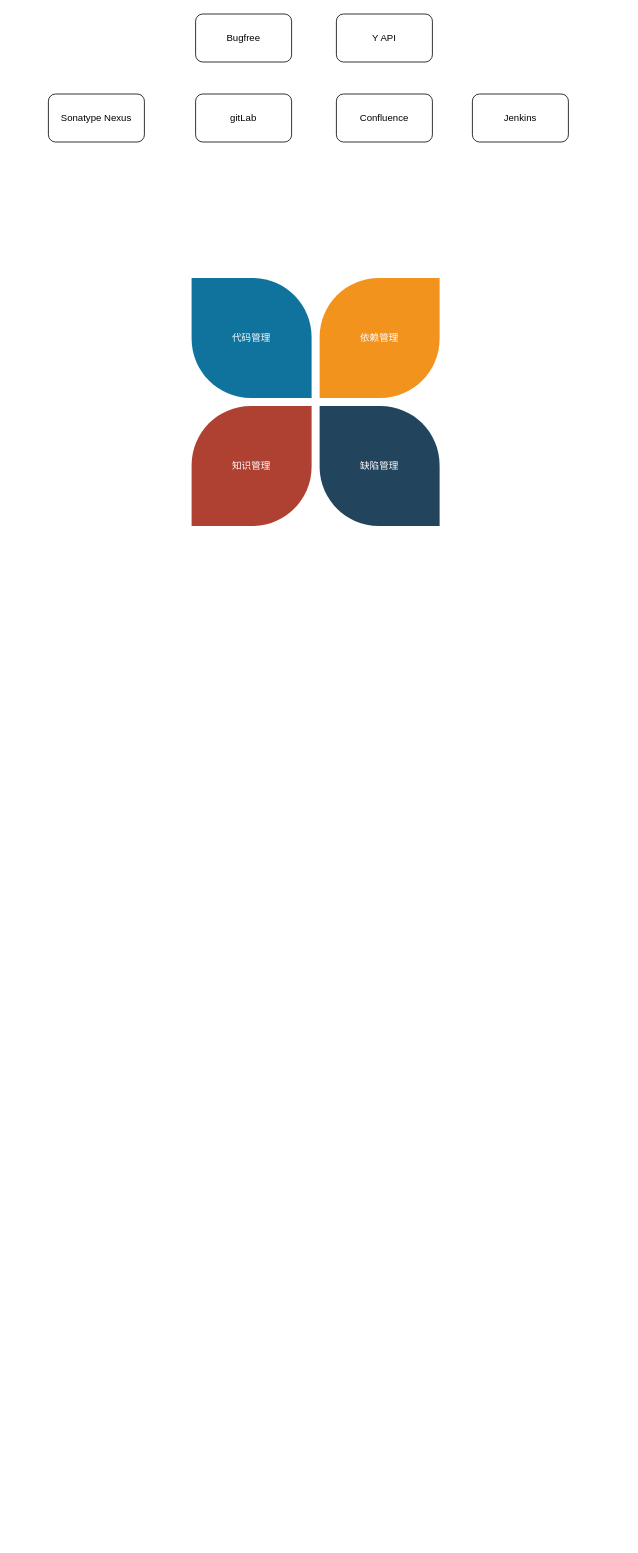
Earlier version of the draw.io diagram 软件版本交付体系.drawio (xilipilige/draw). Source tidied: cells renumbered, new cells numbered last; positions are measured from the earlier drawing's top-left corner, leaving out a move shared by most shapes. Both pictures are drawn from the tidied source at 80%, with x=0, y=0 at pixel (48, 14). Pictures stored in the file or linked from it are replaced by grey dashed boxes.
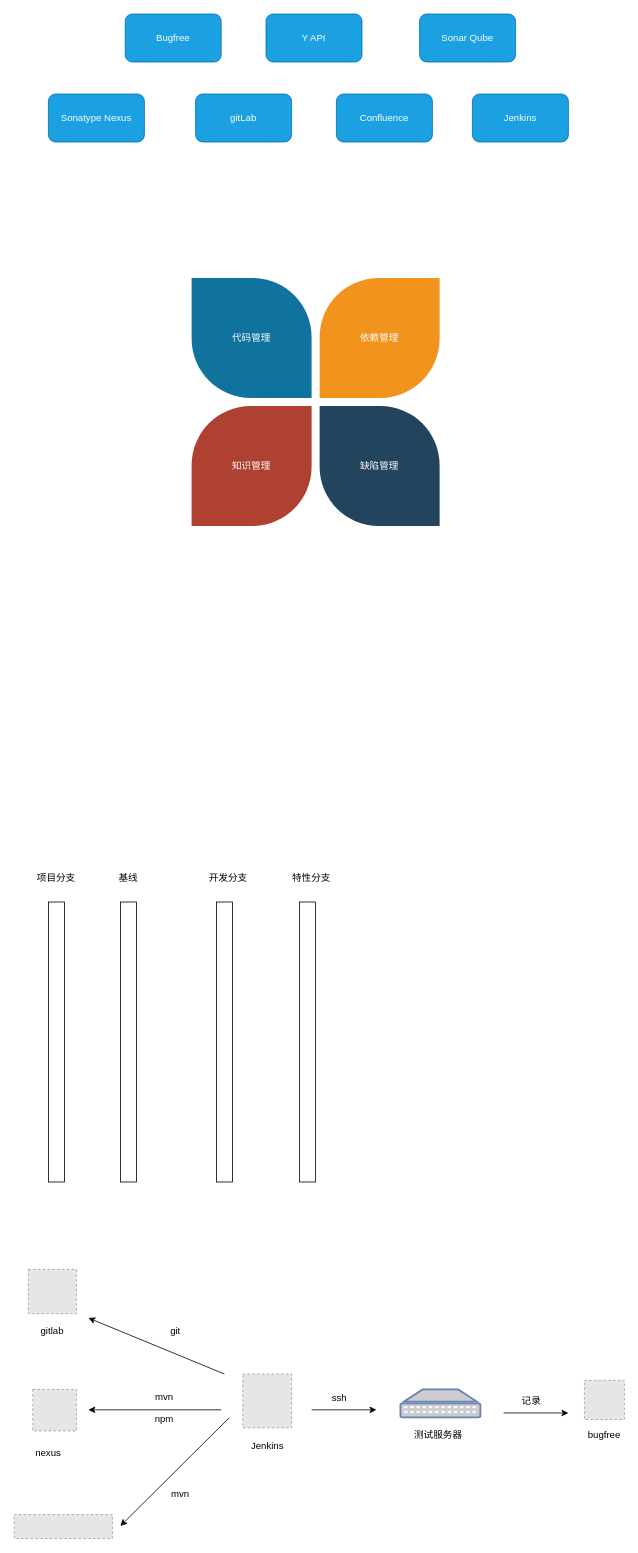
After the change.

Commit message:
Update 软件版本交付体系.drawio

Change to the diagram source:
```diff
@@
-    <mxCell id="2" value="Sonatype Nexus" style="rounded=1;whiteSpace=wrap;html=1;" parent="1" vertex="1">
+    <mxCell id="2" value="Sonatype Nexus" style="rounded=1;whiteSpace=wrap;html=1;fillColor=#1ba1e2;strokeColor=#006EAF;fontColor=#ffffff;" parent="1" vertex="1">
       <mxGeometry y="100" width="120" height="60" as="geometry" />
     </mxCell>
-    <mxCell id="3" value="gitLab" style="rounded=1;whiteSpace=wrap;html=1;" parent="1" vertex="1">
+    <mxCell id="3" value="gitLab" style="rounded=1;whiteSpace=wrap;html=1;fillColor=#1ba1e2;strokeColor=#006EAF;fontColor=#ffffff;" parent="1" vertex="1">
       <mxGeometry x="184" y="100" width="120" height="60" as="geometry" />
     </mxCell>
-    <mxCell id="4" value="Confluence" style="rounded=1;whiteSpace=wrap;html=1;" parent="1" vertex="1">
+    <mxCell id="4" value="Confluence" style="rounded=1;whiteSpace=wrap;html=1;fillColor=#1ba1e2;strokeColor=#006EAF;fontColor=#ffffff;" parent="1" vertex="1">
       <mxGeometry x="360" y="100" width="120" height="60" as="geometry" />
     </mxCell>
-    <mxCell id="5" value="Jenkins" style="rounded=1;whiteSpace=wrap;html=1;" parent="1" vertex="1">
+    <mxCell id="5" value="Jenkins" style="rounded=1;whiteSpace=wrap;html=1;fillColor=#1ba1e2;strokeColor=#006EAF;fontColor=#ffffff;" parent="1" vertex="1">
       <mxGeometry x="530" y="100" width="120" height="60" as="geometry" />
     </mxCell>
-    <mxCell id="6" value="Bugfree" style="rounded=1;whiteSpace=wrap;html=1;" parent="1" vertex="1">
-      <mxGeometry x="184" width="120" height="60" as="geometry" />
+    <mxCell id="6" value="Bugfree" style="rounded=1;whiteSpace=wrap;html=1;fillColor=#1ba1e2;strokeColor=#006EAF;fontColor=#ffffff;" parent="1" vertex="1">
+      <mxGeometry x="96" width="120" height="60" as="geometry" />
     </mxCell>
-    <mxCell id="7" value="Y API" style="rounded=1;whiteSpace=wrap;html=1;" parent="1" vertex="1">
-      <mxGeometry x="360" width="120" height="60" as="geometry" />
+    <mxCell id="7" value="Y API" style="rounded=1;whiteSpace=wrap;html=1;fillColor=#1ba1e2;strokeColor=#006EAF;fontColor=#ffffff;" parent="1" vertex="1">
+      <mxGeometry x="272" width="120" height="60" as="geometry" />
     </mxCell>
@@
+    <mxCell id="12" style="html=1;perimeter=orthogonalPerimeter;" parent="1" vertex="1">
+      <mxGeometry x="90" y="1110" width="20" height="350" as="geometry" />
+    </mxCell>
+    <mxCell id="13" value="基线" style="text;html=1;strokeColor=none;fillColor=none;align=center;verticalAlign=middle;whiteSpace=wrap;rounded=0;" parent="1" vertex="1">
+      <mxGeometry x="80" y="1070" width="40" height="20" as="geometry" />
+    </mxCell>
+    <mxCell id="14" style="html=1;perimeter=orthogonalPerimeter;" parent="1" vertex="1">
+      <mxGeometry x="210" y="1110" width="20" height="350" as="geometry" />
+    </mxCell>
+    <mxCell id="15" value="开发分支" style="text;html=1;strokeColor=none;fillColor=none;align=center;verticalAlign=middle;whiteSpace=wrap;rounded=0;" parent="1" vertex="1">
+      <mxGeometry x="200" y="1070" width="50" height="20" as="geometry" />
+    </mxCell>
+    <mxCell id="16" style="html=1;perimeter=orthogonalPerimeter;" parent="1" vertex="1">
+      <mxGeometry x="314" y="1110" width="20" height="350" as="geometry" />
+    </mxCell>
+    <mxCell id="17" value="特性分支" style="text;html=1;strokeColor=none;fillColor=none;align=center;verticalAlign=middle;whiteSpace=wrap;rounded=0;" parent="1" vertex="1">
+      <mxGeometry x="304" y="1070" width="50" height="20" as="geometry" />
+    </mxCell>
+    <mxCell id="18" style="html=1;perimeter=orthogonalPerimeter;" parent="1" vertex="1">
+      <mxGeometry y="1110" width="20" height="350" as="geometry" />
+    </mxCell>
+    <mxCell id="19" value="项目分支" style="text;html=1;strokeColor=none;fillColor=none;align=center;verticalAlign=middle;whiteSpace=wrap;rounded=0;" parent="1" vertex="1">
+      <mxGeometry x="-15" y="1070" width="50" height="20" as="geometry" />
+    </mxCell>
+    <mxCell id="20" style="fillColor=#E6E6E6;strokeColor=#999999;dashed=1;verticalLabelPosition=bottom;labelBackgroundColor=#ffffff;verticalAlign=top;" parent="1" vertex="1">
+      <mxGeometry x="243" y="1700" width="61" height="67.3" as="geometry" />
+    </mxCell>
+    <mxCell id="21" value="Jenkins" style="text;html=1;strokeColor=none;fillColor=none;align=center;verticalAlign=middle;whiteSpace=wrap;rounded=0;" parent="1" vertex="1">
+      <mxGeometry x="248.5" y="1780" width="50" height="20" as="geometry" />
+    </mxCell>
+    <mxCell id="22" style="fillColor=#E6E6E6;strokeColor=#999999;dashed=1;verticalLabelPosition=bottom;labelBackgroundColor=#ffffff;verticalAlign=top;" parent="1" vertex="1">
+      <mxGeometry x="-25" y="1569.3" width="60" height="55.3" as="geometry" />
+    </mxCell>
+    <mxCell id="23" value="gitlab" style="text;html=1;strokeColor=none;fillColor=none;align=center;verticalAlign=middle;whiteSpace=wrap;rounded=0;" parent="1" vertex="1">
+      <mxGeometry x="-20" y="1637.3" width="50" height="20" as="geometry" />
+    </mxCell>
+    <mxCell id="24" style="fillColor=#E6E6E6;strokeColor=#999999;dashed=1;verticalLabelPosition=bottom;labelBackgroundColor=#ffffff;verticalAlign=top;" parent="1" vertex="1">
+      <mxGeometry x="-19.5" y="1719.3" width="54.5" height="51.9" as="geometry" />
+    </mxCell>
+    <mxCell id="25" value="nexus" style="text;html=1;strokeColor=none;fillColor=none;align=center;verticalAlign=middle;whiteSpace=wrap;rounded=0;" parent="1" vertex="1">
+      <mxGeometry x="-25" y="1789.3" width="50" height="20" as="geometry" />
+    </mxCell>
+    <mxCell id="26" style="fontColor=#0066CC;verticalAlign=top;verticalLabelPosition=bottom;labelPosition=center;align=center;html=1;outlineConnect=0;fillColor=#CCCCCC;strokeColor=#6881B3;gradientColor=none;gradientDirection=north;strokeWidth=2;shape=mxgraph.networks.patch_panel;" parent="1" vertex="1">
+      <mxGeometry x="440" y="1719.3" width="100" height="35" as="geometry" />
+    </mxCell>
+    <mxCell id="27" style="edgeStyle=orthogonalEdgeStyle;rounded=0;orthogonalLoop=1;jettySize=auto;html=1;exitX=0.5;exitY=1;exitDx=0;exitDy=0;exitPerimeter=0;" parent="1" edge="1" source="26" target="26">
+      <mxGeometry relative="1" as="geometry" />
+    </mxCell>
+    <mxCell id="28" value="测试服务器" style="text;html=1;strokeColor=none;fillColor=none;align=center;verticalAlign=middle;whiteSpace=wrap;rounded=0;" parent="1" vertex="1">
+      <mxGeometry x="440" y="1767" width="95" height="20" as="geometry" />
+    </mxCell>
+    <mxCell id="29" style="fillColor=#E6E6E6;strokeColor=#999999;dashed=1;verticalLabelPosition=bottom;labelBackgroundColor=#ffffff;verticalAlign=top;" parent="1" vertex="1">
+      <mxGeometry x="670" y="1708" width="50" height="48.9" as="geometry" />
+    </mxCell>
+    <mxCell id="30" value="bugfree" style="text;html=1;strokeColor=none;fillColor=none;align=center;verticalAlign=middle;whiteSpace=wrap;rounded=0;" parent="1" vertex="1">
+      <mxGeometry x="670" y="1767" width="50" height="20" as="geometry" />
+    </mxCell>
+    <mxCell id="31" value="Sonar Qube" style="rounded=1;whiteSpace=wrap;html=1;fillColor=#1ba1e2;strokeColor=#006EAF;fontColor=#ffffff;" parent="1" vertex="1">
+      <mxGeometry x="464" width="120" height="60" as="geometry" />
+    </mxCell>
+    <mxCell id="32" style="fillColor=#E6E6E6;strokeColor=#999999;dashed=1;verticalLabelPosition=bottom;labelBackgroundColor=#ffffff;verticalAlign=top;" parent="1" vertex="1">
+      <mxGeometry x="-42.8" y="1875.7" width="122.8" height="30" as="geometry" />
+    </mxCell>
+    <mxCell id="33" style="endArrow=classic;html=1;" parent="1" edge="1">
+      <mxGeometry relative="1" as="geometry">
+        <mxPoint x="220" y="1700" as="sourcePoint" />
+        <mxPoint x="50" y="1630" as="targetPoint" />
+      </mxGeometry>
+    </mxCell>
+    <mxCell id="34" value="git" style="text;html=1;strokeColor=none;fillColor=none;align=center;verticalAlign=middle;whiteSpace=wrap;rounded=0;" parent="1" vertex="1">
+      <mxGeometry x="134" y="1637.3" width="50" height="20" as="geometry" />
+    </mxCell>
+    <mxCell id="35" value="mvn" style="text;html=1;strokeColor=none;fillColor=none;align=center;verticalAlign=middle;whiteSpace=wrap;rounded=0;" parent="1" vertex="1">
+      <mxGeometry x="120" y="1719.3" width="50" height="20" as="geometry" />
+    </mxCell>
+    <mxCell id="36" style="endArrow=classic;html=1;" parent="1" edge="1">
+      <mxGeometry relative="1" as="geometry">
+        <mxPoint x="216" y="1744.8" as="sourcePoint" />
+        <mxPoint x="50" y="1744.8" as="targetPoint" />
+      </mxGeometry>
+    </mxCell>
+    <mxCell id="37" value="npm" style="text;html=1;strokeColor=none;fillColor=none;align=center;verticalAlign=middle;whiteSpace=wrap;rounded=0;" parent="1" vertex="1">
+      <mxGeometry x="120" y="1747.4" width="50" height="20" as="geometry" />
+    </mxCell>
+    <mxCell id="38" style="endArrow=classic;html=1;" parent="1" edge="1">
+      <mxGeometry relative="1" as="geometry">
+        <mxPoint x="226" y="1754.8" as="sourcePoint" />
+        <mxPoint x="90" y="1890" as="targetPoint" />
+      </mxGeometry>
+    </mxCell>
+    <mxCell id="39" value="mvn" style="text;html=1;strokeColor=none;fillColor=none;align=center;verticalAlign=middle;whiteSpace=wrap;rounded=0;" parent="1" vertex="1">
+      <mxGeometry x="140" y="1840" width="50" height="20" as="geometry" />
+    </mxCell>
+    <mxCell id="40" style="endArrow=classic;html=1;" parent="1" edge="1">
+      <mxGeometry relative="1" as="geometry">
+        <mxPoint x="329" y="1744.8" as="sourcePoint" />
+        <mxPoint x="410" y="1744.8" as="targetPoint" />
+        <Array as="points">
+          <mxPoint x="360" y="1744.8" />
+        </Array>
+      </mxGeometry>
+    </mxCell>
+    <mxCell id="41" value="ssh" style="text;html=1;strokeColor=none;fillColor=none;align=center;verticalAlign=middle;whiteSpace=wrap;rounded=0;" parent="1" vertex="1">
+      <mxGeometry x="339" y="1720" width="50" height="20" as="geometry" />
+    </mxCell>
+    <mxCell id="42" style="endArrow=classic;html=1;" parent="1" edge="1">
+      <mxGeometry relative="1" as="geometry">
+        <mxPoint x="569" y="1748.7" as="sourcePoint" />
+        <mxPoint x="650" y="1748.7" as="targetPoint" />
+        <Array as="points">
+          <mxPoint x="600" y="1748.7" />
+        </Array>
+      </mxGeometry>
+    </mxCell>
+    <mxCell id="43" value="记录" style="text;html=1;strokeColor=none;fillColor=none;align=center;verticalAlign=middle;whiteSpace=wrap;rounded=0;" parent="1" vertex="1">
+      <mxGeometry x="579" y="1724" width="50" height="20" as="geometry" />
+    </mxCell>
```
